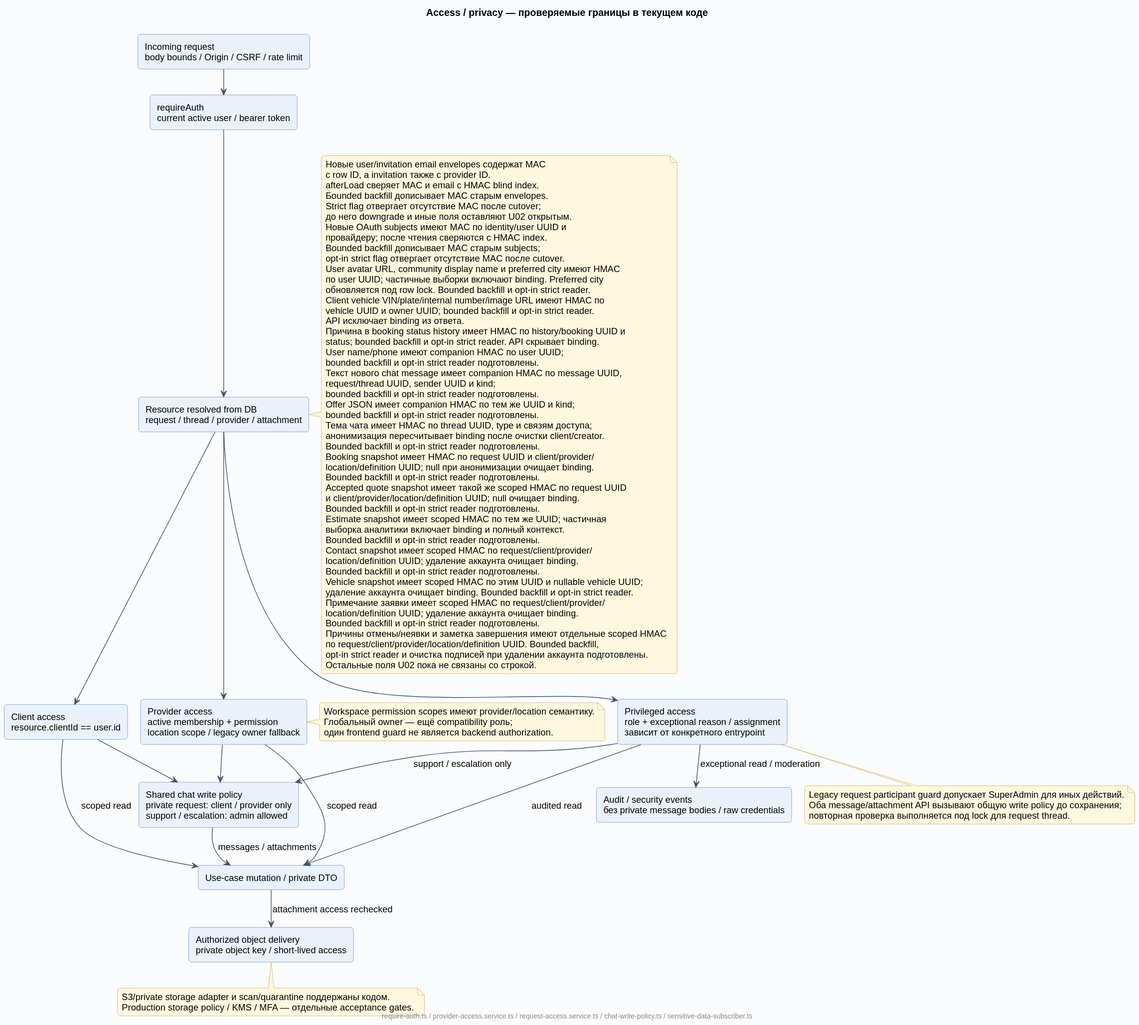
This is docs/diagrams/rendered/09-access-privacy.svg from Dima163163/auto-care-hub, a PlantUML export, as it was before one commit. The source it was exported from:
```plantuml
@startuml
!include _style.puml
title Access / privacy — проверяемые границы в текущем коде
top to bottom direction
component "Incoming request\nbody bounds / Origin / CSRF / rate limit" as Input
component "requireAuth\ncurrent active user / bearer token" as Auth
component "Resource resolved from DB\nrequest / thread / provider / attachment" as Resource
component "Client access\nresource.clientId == user.id" as Client
component "Provider access\nactive membership + permission\nlocation scope / legacy owner fallback" as Provider
component "Privileged access\nrole + exceptional reason / assignment\nзависит от конкретного entrypoint" as Admin
component "Shared chat write policy\nprivate request: client / provider only\nsupport / escalation: admin allowed" as ChatWrite
component "Use-case mutation / private DTO" as Result
component "Authorized object delivery\nprivate object key / short-lived access" as Object
component "Audit / security events\nбез private message bodies / raw credentials" as Audit
Input --> Auth
Auth --> Resource
Resource --> Client
Resource --> Provider
Resource --> Admin
Client --> Result : scoped read
Provider --> Result : scoped read
Admin --> Result : audited read
Client --> ChatWrite
Provider --> ChatWrite
Admin --> ChatWrite : support / escalation only
ChatWrite --> Result : messages / attachments
Result --> Object : attachment access rechecked
Admin --> Audit : exceptional read / moderation
note right of Provider
  Workspace permission scopes имеют provider/location семантику.
  Глобальный owner — ещё compatibility роль;
  один frontend guard не является backend authorization.
end note
note right of Resource
  Новые user/invitation email envelopes содержат MAC
  с row ID, а invitation также с provider ID.
  afterLoad сверяет MAC и email с HMAC blind index.
  Бounded backfill дописывает MAC старым envelopes.
  Strict flag отвергает отсутствие MAC после cutover;
  до него downgrade и иные поля оставляют U02 открытым.
  Новые OAuth subjects имеют MAC по identity/user UUID и
  провайдеру; после чтения сверяются с HMAC index.
  Bounded backfill дописывает MAC старым subjects;
  opt-in strict flag отвергает отсутствие MAC после cutover.
  User avatar URL, community display name и preferred city имеют HMAC
  по user UUID; частичные выборки включают binding. Preferred city
  обновляется под row lock. Bounded backfill и opt-in strict reader.
  Client vehicle VIN/plate/internal number/image URL имеют HMAC по
  vehicle UUID и owner UUID; bounded backfill и opt-in strict reader.
  API исключает binding из ответа.
  Причина в booking status history имеет HMAC по history/booking UUID и
  status; bounded backfill и opt-in strict reader. API скрывает binding.
  User name/phone имеют companion HMAC по user UUID;
  bounded backfill и opt-in strict reader подготовлены.
  Текст нового chat message имеет companion HMAC по message UUID,
  request/thread UUID, sender UUID и kind;
  bounded backfill и opt-in strict reader подготовлены.
  Offer JSON имеет companion HMAC по тем же UUID и kind;
  bounded backfill и opt-in strict reader подготовлены.
  Тема чата имеет HMAC по thread UUID, type и связям доступа;
  анонимизация пересчитывает binding после очистки client/creator.
  Bounded backfill и opt-in strict reader подготовлены.
  Booking snapshot имеет HMAC по request UUID и client/provider/
  location/definition UUID; null при анонимизации очищает binding.
  Bounded backfill и opt-in strict reader подготовлены.
  Accepted quote snapshot имеет такой же scoped HMAC по request UUID
  и client/provider/location/definition UUID; null очищает binding.
  Bounded backfill и opt-in strict reader подготовлены.
  Estimate snapshot имеет scoped HMAC по тем же UUID; частичная
  выборка аналитики включает binding и полный контекст.
  Bounded backfill и opt-in strict reader подготовлены.
  Contact snapshot имеет scoped HMAC по request/client/provider/
  location/definition UUID; удаление аккаунта очищает binding.
  Bounded backfill и opt-in strict reader подготовлены.
  Vehicle snapshot имеет scoped HMAC по этим UUID и nullable vehicle UUID;
  удаление аккаунта очищает binding. Bounded backfill и opt-in strict reader.
  Примечание заявки имеет scoped HMAC по request/client/provider/
  location/definition UUID; удаление аккаунта очищает binding.
  Bounded backfill и opt-in strict reader подготовлены.
  Причины отмены/неявки и заметка завершения имеют отдельные scoped HMAC
  по request/client/provider/location/definition UUID. Bounded backfill,
  opt-in strict reader и очистка подписей при удалении аккаунта подготовлены.
  Остальные поля U02 пока не связаны со строкой.
end note
note bottom of Admin
  Legacy request participant guard допускает SuperAdmin для иных действий.
  Оба message/attachment API вызывают общую write policy до сохранения;
  повторная проверка выполняется под lock для request thread.
end note
note bottom of Object
  S3/private storage adapter и scan/quarantine поддержаны кодом.
  Production storage policy / KMS / MFA — отдельные acceptance gates.
end note
footer require-auth.ts / provider-access.service.ts / request-access.service.ts / chat-write-policy.ts / sensitive-data-subscriber.ts
@enduml
```
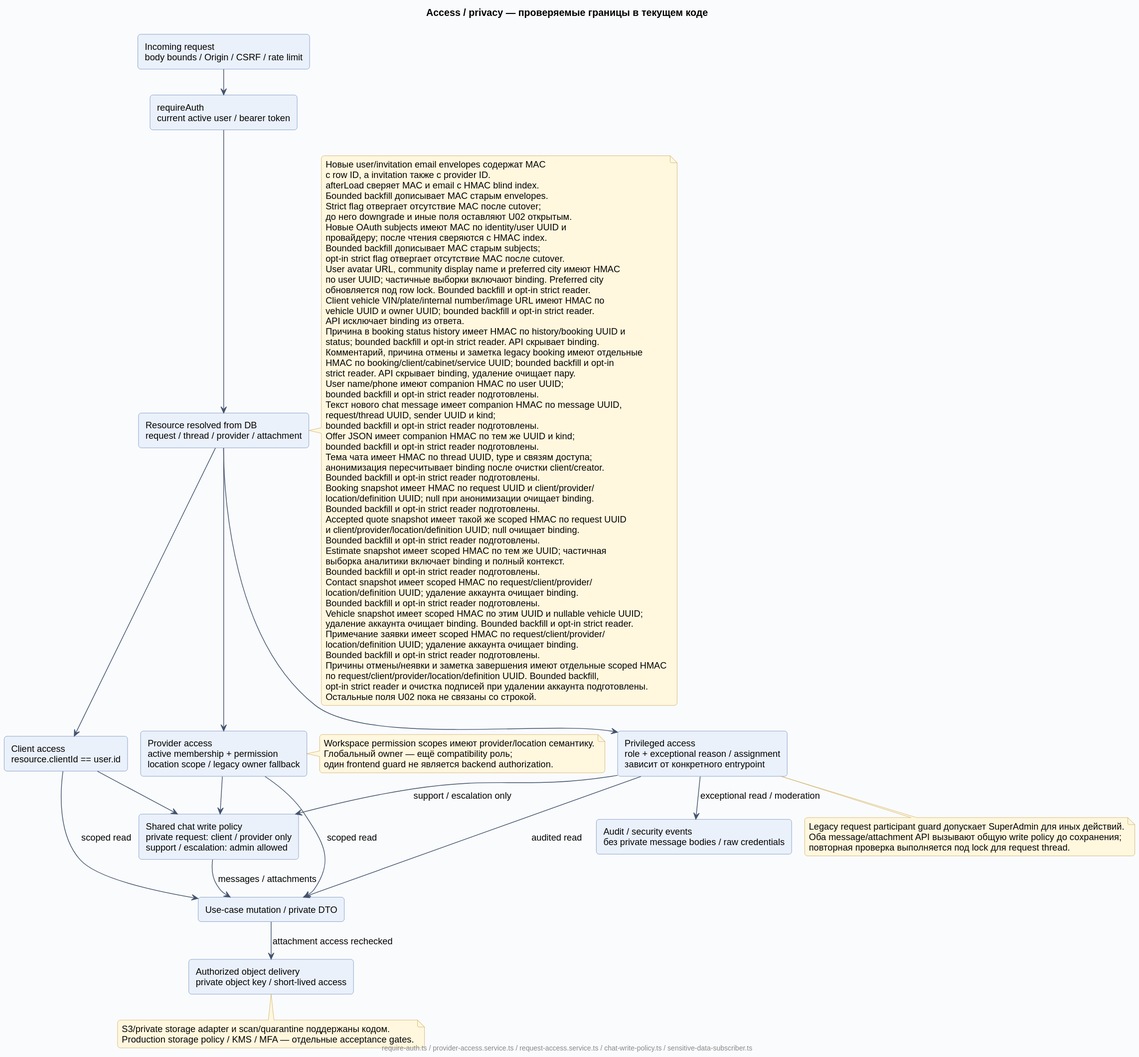
Later version of the same file.

Diff of the diagram source:
```diff
@@ -50,6 +50,9 @@
   API исключает binding из ответа.
   Причина в booking status history имеет HMAC по history/booking UUID и
   status; bounded backfill и opt-in strict reader. API скрывает binding.
+  Комментарий, причина отмены и заметка legacy booking имеют отдельные
+  HMAC по booking/client/cabinet/service UUID; bounded backfill и opt-in
+  strict reader. API скрывает binding, удаление очищает пару.
   User name/phone имеют companion HMAC по user UUID;
   bounded backfill и opt-in strict reader подготовлены.
   Текст нового chat message имеет companion HMAC по message UUID,
```
